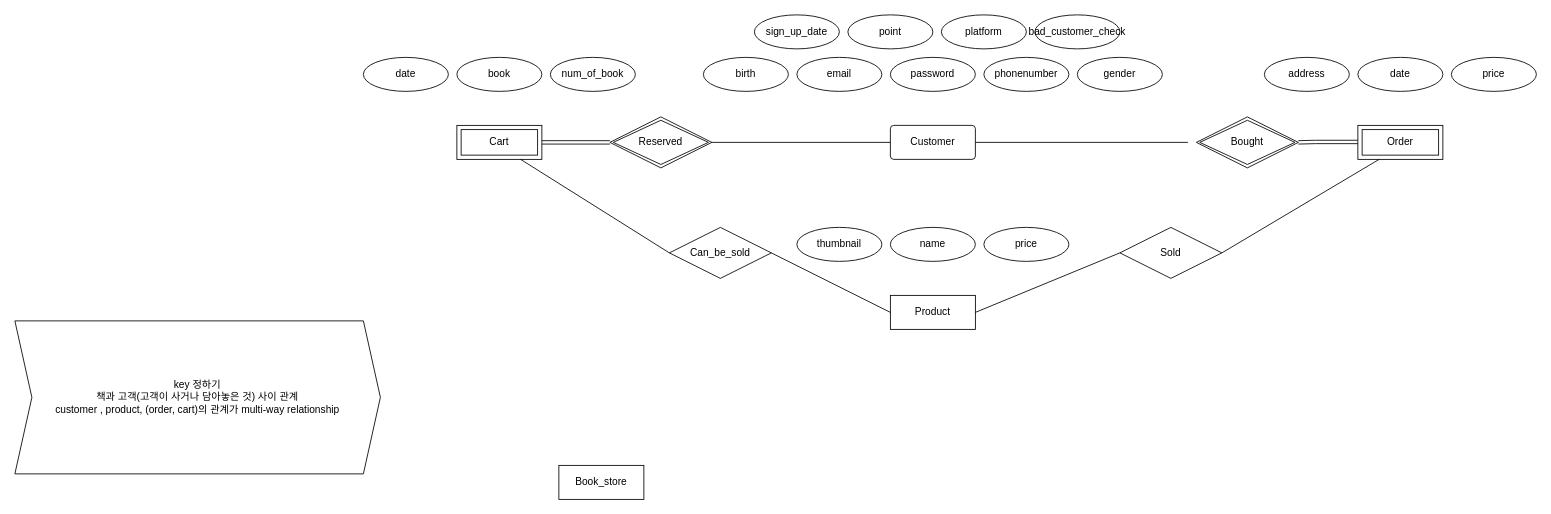
seongkyu-lim/springStudyCode keeps this draw.io diagram as bookstore_ER_Model.drawio. Above is the earlier version. Source tidied: cells renumbered, new cells numbered last; positions are measured from the earlier drawing's top-left corner, leaving out a move shared by most shapes. Both pictures are drawn from the tidied source at 85%, with x=0, y=0 at pixel (14, 14).
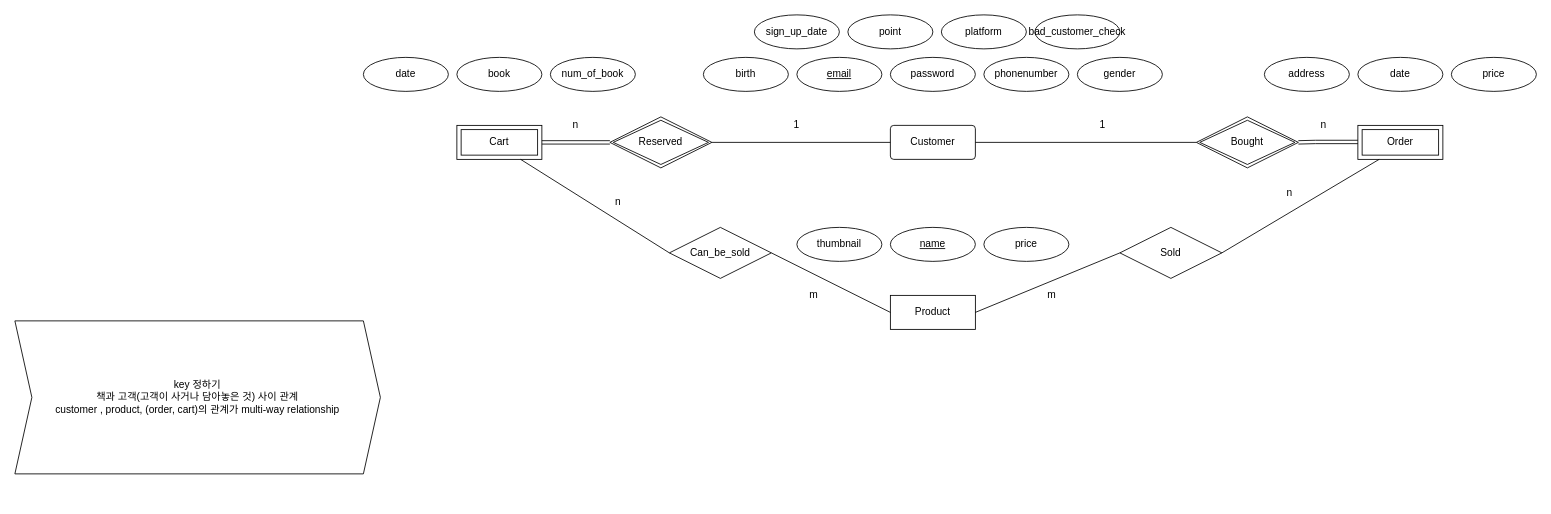
The same page after the edit.

Unchanged cells that the change refers to:
```xml
<mxCell id="3" value="Customer" style="rounded=1;arcSize=10;whiteSpace=wrap;html=1;align=center;" parent="1" vertex="1">
  <mxGeometry x="1030" y="130" width="100" height="40" as="geometry" />
</mxCell>
<mxCell id="27" value="Bought" style="shape=rhombus;double=1;perimeter=rhombusPerimeter;whiteSpace=wrap;html=1;align=center;" parent="1" vertex="1">
  <mxGeometry x="1390" y="120" width="120" height="60" as="geometry" />
</mxCell>
```

The edit, as a diff of the source:
```diff
@@
-    <mxCell id="4" value="email" style="ellipse;whiteSpace=wrap;html=1;align=center;" parent="1" vertex="1">
-      <mxGeometry x="920" y="50" width="100" height="40" as="geometry" />
-    </mxCell>
@@
-    <mxCell id="13" style="endArrow=none;html=1;entryX=0;entryY=0.5;entryDx=0;entryDy=0;exitX=1;exitY=0.5;exitDx=0;exitDy=0;" parent="1" edge="1" source="3">
-      <mxGeometry relative="1" as="geometry">
-        <mxPoint x="1380" y="150" as="targetPoint" />
-      </mxGeometry>
+    <mxCell id="13" style="endArrow=none;html=1;entryX=0;entryY=0.5;entryDx=0;entryDy=0;exitX=1;exitY=0.5;exitDx=0;exitDy=0;" parent="1" edge="1" source="3" target="27">
+      <mxGeometry relative="1" as="geometry" />
     </mxCell>
@@
-    <mxCell id="24" value="Book_store" style="whiteSpace=wrap;html=1;align=center;" parent="1" vertex="1">
-      <mxGeometry x="640" y="530" width="100" height="40" as="geometry" />
-    </mxCell>
@@
-    <mxCell id="33" value="name" style="ellipse;whiteSpace=wrap;html=1;align=center;" parent="1" vertex="1">
-      <mxGeometry x="1030" y="250" width="100" height="40" as="geometry" />
-    </mxCell>
@@
+    <mxCell id="38" value="1" style="text;html=1;strokeColor=none;fillColor=none;align=center;verticalAlign=middle;whiteSpace=wrap;rounded=0;" parent="1" vertex="1">
+      <mxGeometry x="1260" y="120" width="40" height="20" as="geometry" />
+    </mxCell>
+    <mxCell id="39" value="n" style="text;html=1;strokeColor=none;fillColor=none;align=center;verticalAlign=middle;whiteSpace=wrap;rounded=0;" parent="1" vertex="1">
+      <mxGeometry x="1520" y="120" width="40" height="20" as="geometry" />
+    </mxCell>
+    <mxCell id="40" value="m" style="text;html=1;strokeColor=none;fillColor=none;align=center;verticalAlign=middle;whiteSpace=wrap;rounded=0;" parent="1" vertex="1">
+      <mxGeometry x="1200" y="320" width="40" height="20" as="geometry" />
+    </mxCell>
+    <mxCell id="41" value="n" style="text;html=1;strokeColor=none;fillColor=none;align=center;verticalAlign=middle;whiteSpace=wrap;rounded=0;" parent="1" vertex="1">
+      <mxGeometry x="1480" y="200" width="40" height="20" as="geometry" />
+    </mxCell>
+    <mxCell id="42" value="m" style="text;html=1;strokeColor=none;fillColor=none;align=center;verticalAlign=middle;whiteSpace=wrap;rounded=0;" parent="1" vertex="1">
+      <mxGeometry x="920" y="320" width="40" height="20" as="geometry" />
+    </mxCell>
+    <mxCell id="43" value="n" style="text;html=1;strokeColor=none;fillColor=none;align=center;verticalAlign=middle;whiteSpace=wrap;rounded=0;" parent="1" vertex="1">
+      <mxGeometry x="690" y="210" width="40" height="20" as="geometry" />
+    </mxCell>
+    <mxCell id="44" style="edgeStyle=orthogonalEdgeStyle;rounded=0;orthogonalLoop=1;jettySize=auto;html=1;exitX=0.5;exitY=1;exitDx=0;exitDy=0;" parent="1" edge="1" source="42" target="42">
+      <mxGeometry relative="1" as="geometry" />
+    </mxCell>
+    <mxCell id="45" value="1" style="text;html=1;strokeColor=none;fillColor=none;align=center;verticalAlign=middle;whiteSpace=wrap;rounded=0;" parent="1" vertex="1">
+      <mxGeometry x="900" y="120" width="40" height="20" as="geometry" />
+    </mxCell>
+    <mxCell id="46" value="n" style="text;html=1;strokeColor=none;fillColor=none;align=center;verticalAlign=middle;whiteSpace=wrap;rounded=0;" parent="1" vertex="1">
+      <mxGeometry x="640" y="120" width="40" height="20" as="geometry" />
+    </mxCell>
+    <mxCell id="4" value="email" style="ellipse;whiteSpace=wrap;html=1;align=center;fontStyle=4;" parent="1" vertex="1">
+      <mxGeometry x="920" y="50" width="100" height="40" as="geometry" />
+    </mxCell>
+    <mxCell id="33" value="name" style="ellipse;whiteSpace=wrap;html=1;align=center;fontStyle=4;" parent="1" vertex="1">
+      <mxGeometry x="1030" y="250" width="100" height="40" as="geometry" />
+    </mxCell>
```
